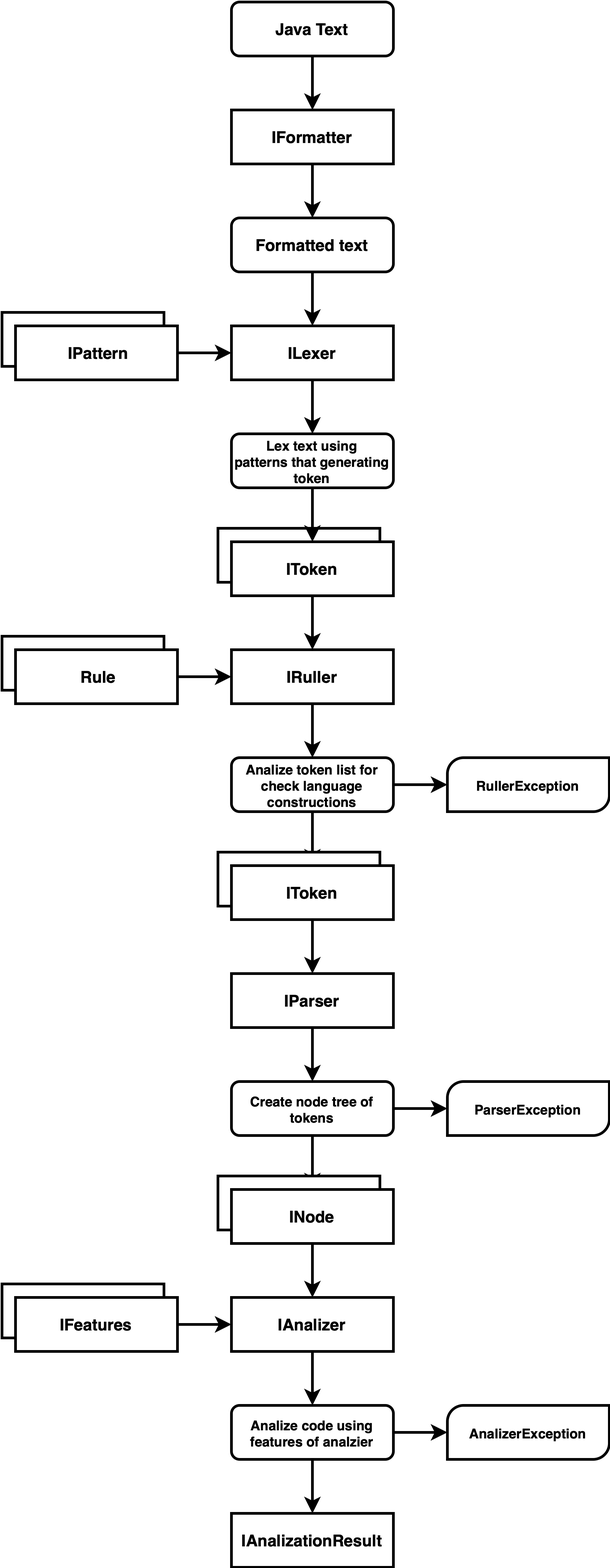
the-femba/java-null-safety-linter keeps this draw.io diagram as Assets/plan-structure.png. Above is the earlier version. Source tidied: cells renumbered, new cells last; positions are measured from the earlier drawing's top-left corner, leaving out a move shared by most shapes.
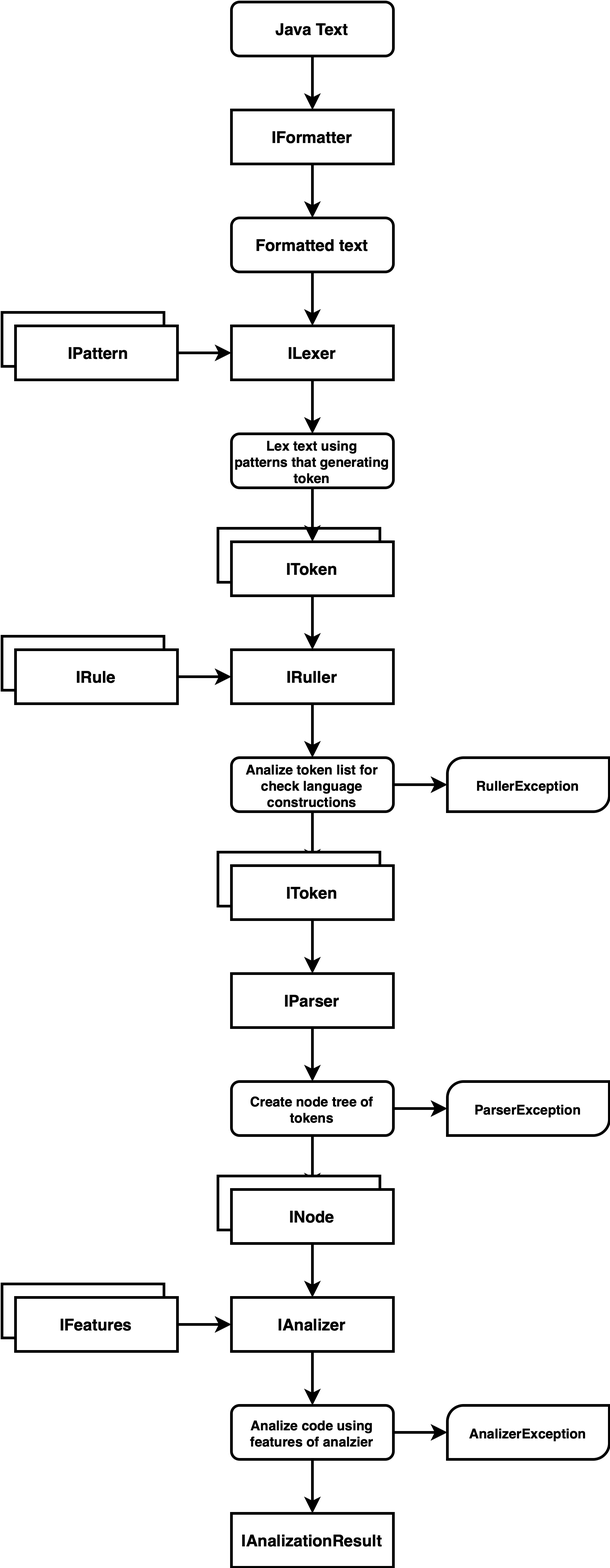
The same diagram one commit later.

The edit, as a diff of the source:
```diff
@@ -155,7 +155,7 @@
         <mxPoint x="170" y="500" as="targetPoint" />
       </mxGeometry>
     </mxCell>
-    <mxCell id="51" value="&amp;nbsp;Rule" style="rounded=0;whiteSpace=wrap;html=1;strokeWidth=2;fontStyle=1;" parent="1" vertex="1">
+    <mxCell id="51" value="IRule" style="rounded=0;whiteSpace=wrap;html=1;strokeWidth=2;fontStyle=1;" parent="1" vertex="1">
       <mxGeometry x="10" y="480" width="120" height="40" as="geometry" />
     </mxCell>
   </root>
```
